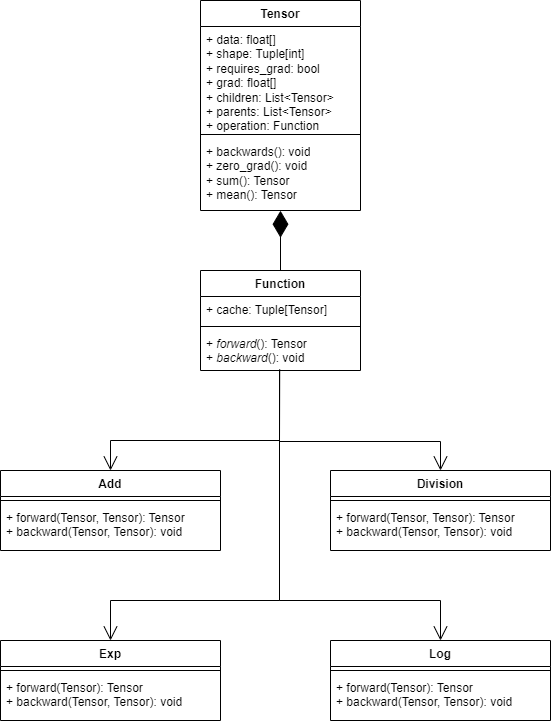
Before: LaTex/images/AutoDiffUML.drawio.png, a diagram exported from draw.io (edgar-maddocks/NEA). Source tidied: cells renumbered, new cells last; positions are measured from the earlier drawing's top-left corner, leaving out a move shared by most shapes. Its diagram source:
```xml
<mxGraphModel>
  <root>
    <mxCell id="0" />
    <mxCell id="1" parent="0" />
    <mxCell id="2" value="Tensor" style="swimlane;fontStyle=1;align=center;verticalAlign=top;horizontal=1;startSize=26;whiteSpace=wrap;html=1;" parent="1" vertex="1">
      <mxGeometry x="200" width="160" height="210" as="geometry" />
    </mxCell>
    <mxCell id="3" value="+ data: float[]&lt;div&gt;+ shape: Tuple[int]&lt;br&gt;&lt;div&gt;+ requires_grad: bool&lt;/div&gt;&lt;div&gt;+ grad: float[]&lt;/div&gt;&lt;div&gt;+ children: List&amp;lt;Tensor&amp;gt;&lt;/div&gt;&lt;div&gt;+ parents: List&amp;lt;Tensor&amp;gt;&lt;/div&gt;&lt;/div&gt;&lt;div&gt;+ operation: Function&lt;/div&gt;" style="text;strokeColor=none;fillColor=none;align=left;verticalAlign=top;spacingLeft=4;spacingRight=4;overflow=hidden;whiteSpace=wrap;html=1;" parent="2" vertex="1">
      <mxGeometry y="26" width="160" height="104" as="geometry" />
    </mxCell>
    <mxCell id="4" style="line;strokeWidth=1;fillColor=none;align=left;verticalAlign=middle;spacingTop=-1;spacingLeft=3;spacingRight=3;labelPosition=right;strokeColor=inherit;" parent="2" vertex="1">
      <mxGeometry y="130" width="160" height="8" as="geometry" />
    </mxCell>
    <mxCell id="5" value="+ backwards(): void&lt;div&gt;+ zero_grad(): void&lt;/div&gt;&lt;div&gt;+ sum(): Tensor&lt;/div&gt;&lt;div&gt;+ mean(): Tensor&lt;/div&gt;" style="text;strokeColor=none;fillColor=none;align=left;verticalAlign=top;spacingLeft=4;spacingRight=4;overflow=hidden;points=[[0,0.5],[1,0.5]];portConstraint=eastwest;whiteSpace=wrap;html=1;" parent="2" vertex="1">
      <mxGeometry y="138" width="160" height="72" as="geometry" />
    </mxCell>
    <mxCell id="6" value="Function" style="swimlane;fontStyle=1;align=center;verticalAlign=top;horizontal=1;startSize=26;whiteSpace=wrap;html=1;" parent="1" vertex="1">
      <mxGeometry x="200" y="270" width="160" height="100" as="geometry" />
    </mxCell>
    <mxCell id="7" value="+ cache: Tuple[Tensor]" style="text;strokeColor=none;fillColor=none;align=left;verticalAlign=top;spacingLeft=4;spacingRight=4;overflow=hidden;whiteSpace=wrap;html=1;" parent="6" vertex="1">
      <mxGeometry y="26" width="160" height="26" as="geometry" />
    </mxCell>
    <mxCell id="8" style="line;strokeWidth=1;fillColor=none;align=left;verticalAlign=middle;spacingTop=-1;spacingLeft=3;spacingRight=3;labelPosition=right;strokeColor=inherit;" parent="6" vertex="1">
      <mxGeometry y="52" width="160" height="8" as="geometry" />
    </mxCell>
    <mxCell id="9" value="+ &lt;i&gt;forward&lt;/i&gt;(): Tensor&lt;div&gt;+ &lt;i&gt;backward&lt;/i&gt;(): void&lt;/div&gt;" style="text;strokeColor=none;fillColor=none;align=left;verticalAlign=top;spacingLeft=4;spacingRight=4;overflow=hidden;points=[[0,0.5],[1,0.5]];portConstraint=eastwest;whiteSpace=wrap;html=1;" parent="6" vertex="1">
      <mxGeometry y="60" width="160" height="40" as="geometry" />
    </mxCell>
    <mxCell id="10" value="Add" style="swimlane;fontStyle=1;align=center;verticalAlign=top;horizontal=1;startSize=26;whiteSpace=wrap;html=1;" parent="1" vertex="1">
      <mxGeometry y="470" width="220" height="80" as="geometry" />
    </mxCell>
    <mxCell id="11" style="line;strokeWidth=1;fillColor=none;align=left;verticalAlign=middle;spacingTop=-1;spacingLeft=3;spacingRight=3;labelPosition=right;strokeColor=inherit;" parent="10" vertex="1">
      <mxGeometry y="26" width="220" height="8" as="geometry" />
    </mxCell>
    <mxCell id="12" value="+ forward(Tensor, Tensor): Tensor&lt;div&gt;+ backward(Tensor, Tensor): void&lt;/div&gt;&lt;div&gt;&lt;br&gt;&lt;/div&gt;" style="text;strokeColor=none;fillColor=none;align=left;verticalAlign=top;spacingLeft=4;spacingRight=4;overflow=hidden;whiteSpace=wrap;html=1;" parent="10" vertex="1">
      <mxGeometry y="34" width="220" height="46" as="geometry" />
    </mxCell>
    <mxCell id="13" style="endArrow=open;endFill=1;endSize=12;html=1;rounded=0;exitX=0.495;exitY=0.971;exitDx=0;exitDy=0;exitPerimeter=0;entryX=0.5;entryY=0;entryDx=0;entryDy=0;" parent="1" edge="1" source="9" target="10">
      <mxGeometry relative="1" as="geometry">
        <Array as="points">
          <mxPoint x="279" y="440" />
          <mxPoint x="110" y="440" />
        </Array>
      </mxGeometry>
    </mxCell>
    <mxCell id="14" value="Division" style="swimlane;fontStyle=1;align=center;verticalAlign=top;horizontal=1;startSize=26;whiteSpace=wrap;html=1;" parent="1" vertex="1">
      <mxGeometry x="330" y="470" width="220" height="80" as="geometry" />
    </mxCell>
    <mxCell id="15" style="line;strokeWidth=1;fillColor=none;align=left;verticalAlign=middle;spacingTop=-1;spacingLeft=3;spacingRight=3;labelPosition=right;strokeColor=inherit;" parent="14" vertex="1">
      <mxGeometry y="26" width="220" height="8" as="geometry" />
    </mxCell>
    <mxCell id="16" value="+ forward(Tensor, Tensor): Tensor&lt;div&gt;+ backward(Tensor, Tensor): void&lt;/div&gt;&lt;div&gt;&lt;br&gt;&lt;/div&gt;" style="text;strokeColor=none;fillColor=none;align=left;verticalAlign=top;spacingLeft=4;spacingRight=4;overflow=hidden;whiteSpace=wrap;html=1;" parent="14" vertex="1">
      <mxGeometry y="34" width="220" height="46" as="geometry" />
    </mxCell>
    <mxCell id="17" style="endArrow=open;endFill=1;endSize=12;html=1;rounded=0;exitX=0.495;exitY=0.971;exitDx=0;exitDy=0;exitPerimeter=0;entryX=0.5;entryY=0;entryDx=0;entryDy=0;" parent="1" edge="1" target="14">
      <mxGeometry relative="1" as="geometry">
        <mxPoint x="279" y="370" as="sourcePoint" />
        <Array as="points">
          <mxPoint x="279" y="441" />
          <mxPoint x="440" y="441" />
        </Array>
      </mxGeometry>
    </mxCell>
    <mxCell id="18" value="Exp" style="swimlane;fontStyle=1;align=center;verticalAlign=top;horizontal=1;startSize=26;whiteSpace=wrap;html=1;" parent="1" vertex="1">
      <mxGeometry y="640" width="220" height="80" as="geometry" />
    </mxCell>
    <mxCell id="19" style="line;strokeWidth=1;fillColor=none;align=left;verticalAlign=middle;spacingTop=-1;spacingLeft=3;spacingRight=3;labelPosition=right;strokeColor=inherit;" parent="18" vertex="1">
      <mxGeometry y="26" width="220" height="8" as="geometry" />
    </mxCell>
    <mxCell id="20" value="+ forward(Tensor): Tensor&lt;div&gt;+ backward(Tensor, Tensor): void&lt;/div&gt;&lt;div&gt;&lt;br&gt;&lt;/div&gt;" style="text;strokeColor=none;fillColor=none;align=left;verticalAlign=top;spacingLeft=4;spacingRight=4;overflow=hidden;whiteSpace=wrap;html=1;" parent="18" vertex="1">
      <mxGeometry y="34" width="220" height="46" as="geometry" />
    </mxCell>
    <mxCell id="21" value="Log" style="swimlane;fontStyle=1;align=center;verticalAlign=top;horizontal=1;startSize=26;whiteSpace=wrap;html=1;" parent="1" vertex="1">
      <mxGeometry x="330" y="640" width="220" height="80" as="geometry" />
    </mxCell>
    <mxCell id="22" style="line;strokeWidth=1;fillColor=none;align=left;verticalAlign=middle;spacingTop=-1;spacingLeft=3;spacingRight=3;labelPosition=right;strokeColor=inherit;" parent="21" vertex="1">
      <mxGeometry y="26" width="220" height="8" as="geometry" />
    </mxCell>
    <mxCell id="23" value="+ forward(Tensor): Tensor&lt;div&gt;+ backward(Tensor, Tensor): void&lt;/div&gt;&lt;div&gt;&lt;br&gt;&lt;/div&gt;" style="text;strokeColor=none;fillColor=none;align=left;verticalAlign=top;spacingLeft=4;spacingRight=4;overflow=hidden;whiteSpace=wrap;html=1;" parent="21" vertex="1">
      <mxGeometry y="34" width="220" height="46" as="geometry" />
    </mxCell>
    <mxCell id="24" style="endArrow=open;endFill=1;endSize=12;html=1;rounded=0;exitX=0.495;exitY=0.971;exitDx=0;exitDy=0;exitPerimeter=0;entryX=0.5;entryY=0;entryDx=0;entryDy=0;" parent="1" edge="1" target="18">
      <mxGeometry relative="1" as="geometry">
        <mxPoint x="279" y="370" as="sourcePoint" />
        <Array as="points">
          <mxPoint x="279" y="600" />
          <mxPoint x="110" y="600" />
        </Array>
      </mxGeometry>
    </mxCell>
    <mxCell id="25" style="endArrow=open;endFill=1;endSize=12;html=1;rounded=0;exitX=0.495;exitY=0.971;exitDx=0;exitDy=0;exitPerimeter=0;entryX=0.5;entryY=0;entryDx=0;entryDy=0;" parent="1" edge="1" target="21">
      <mxGeometry relative="1" as="geometry">
        <mxPoint x="279" y="371" as="sourcePoint" />
        <Array as="points">
          <mxPoint x="279" y="600" />
          <mxPoint x="440" y="600" />
        </Array>
      </mxGeometry>
    </mxCell>
    <mxCell id="26" style="endArrow=diamondThin;endFill=1;endSize=24;html=1;rounded=0;entryX=0.5;entryY=1.003;entryDx=0;entryDy=0;entryPerimeter=0;exitX=0.5;exitY=0;exitDx=0;exitDy=0;" parent="1" edge="1" source="6" target="5">
      <mxGeometry relative="1" as="geometry" />
    </mxCell>
  </root>
</mxGraphModel>
```
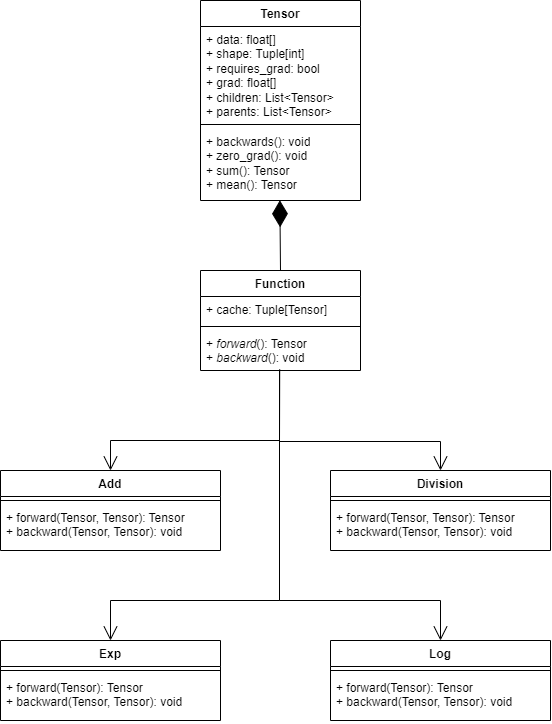
After the commit.

Diff of the diagram source:
```diff
@@ -3,16 +3,16 @@
     <mxCell id="0" />
     <mxCell id="1" parent="0" />
     <mxCell id="2" value="Tensor" style="swimlane;fontStyle=1;align=center;verticalAlign=top;horizontal=1;startSize=26;whiteSpace=wrap;html=1;" parent="1" vertex="1">
-      <mxGeometry x="200" width="160" height="210" as="geometry" />
+      <mxGeometry x="200" width="160" height="200" as="geometry" />
     </mxCell>
-    <mxCell id="3" value="+ data: float[]&lt;div&gt;+ shape: Tuple[int]&lt;br&gt;&lt;div&gt;+ requires_grad: bool&lt;/div&gt;&lt;div&gt;+ grad: float[]&lt;/div&gt;&lt;div&gt;+ children: List&amp;lt;Tensor&amp;gt;&lt;/div&gt;&lt;div&gt;+ parents: List&amp;lt;Tensor&amp;gt;&lt;/div&gt;&lt;/div&gt;&lt;div&gt;+ operation: Function&lt;/div&gt;" style="text;strokeColor=none;fillColor=none;align=left;verticalAlign=top;spacingLeft=4;spacingRight=4;overflow=hidden;whiteSpace=wrap;html=1;" parent="2" vertex="1">
-      <mxGeometry y="26" width="160" height="104" as="geometry" />
+    <mxCell id="3" value="+ data: float[]&lt;div&gt;+ shape: Tuple[int]&lt;br&gt;&lt;div&gt;+ requires_grad: bool&lt;/div&gt;&lt;div&gt;+ grad: float[]&lt;/div&gt;&lt;div&gt;+ children: List&amp;lt;Tensor&amp;gt;&lt;/div&gt;&lt;div&gt;+ parents: List&amp;lt;Tensor&amp;gt;&lt;/div&gt;&lt;/div&gt;" style="text;strokeColor=none;fillColor=none;align=left;verticalAlign=top;spacingLeft=4;spacingRight=4;overflow=hidden;whiteSpace=wrap;html=1;" parent="2" vertex="1">
+      <mxGeometry y="26" width="160" height="94" as="geometry" />
     </mxCell>
     <mxCell id="4" style="line;strokeWidth=1;fillColor=none;align=left;verticalAlign=middle;spacingTop=-1;spacingLeft=3;spacingRight=3;labelPosition=right;strokeColor=inherit;" parent="2" vertex="1">
-      <mxGeometry y="130" width="160" height="8" as="geometry" />
+      <mxGeometry y="120" width="160" height="8" as="geometry" />
     </mxCell>
     <mxCell id="5" value="+ backwards(): void&lt;div&gt;+ zero_grad(): void&lt;/div&gt;&lt;div&gt;+ sum(): Tensor&lt;/div&gt;&lt;div&gt;+ mean(): Tensor&lt;/div&gt;" style="text;strokeColor=none;fillColor=none;align=left;verticalAlign=top;spacingLeft=4;spacingRight=4;overflow=hidden;points=[[0,0.5],[1,0.5]];portConstraint=eastwest;whiteSpace=wrap;html=1;" parent="2" vertex="1">
-      <mxGeometry y="138" width="160" height="72" as="geometry" />
+      <mxGeometry y="128" width="160" height="72" as="geometry" />
     </mxCell>
     <mxCell id="6" value="Function" style="swimlane;fontStyle=1;align=center;verticalAlign=top;horizontal=1;startSize=26;whiteSpace=wrap;html=1;" parent="1" vertex="1">
       <mxGeometry x="200" y="270" width="160" height="100" as="geometry" />
@@ -97,7 +97,7 @@
         </Array>
       </mxGeometry>
     </mxCell>
-    <mxCell id="26" style="endArrow=diamondThin;endFill=1;endSize=24;html=1;rounded=0;entryX=0.5;entryY=1.003;entryDx=0;entryDy=0;entryPerimeter=0;exitX=0.5;exitY=0;exitDx=0;exitDy=0;" parent="1" edge="1" source="6" target="5">
+    <mxCell id="26" style="endArrow=diamondThin;endFill=1;endSize=24;html=1;rounded=0;entryX=0.496;entryY=0.997;entryDx=0;entryDy=0;entryPerimeter=0;exitX=0.5;exitY=0;exitDx=0;exitDy=0;" parent="1" edge="1" source="6" target="5">
       <mxGeometry relative="1" as="geometry" />
     </mxCell>
   </root>
```
